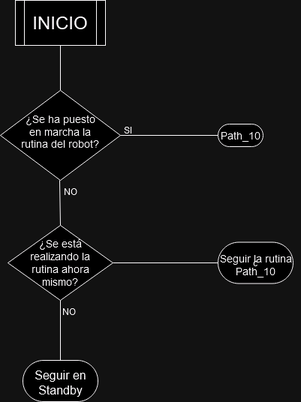
Earlier version of the draw.io export Diagrama de Flujo Robot Lab1.png (JoseAlejandroRosero/Robotica_lab1). Source tidied: cells renumbered, new cells last; positions are measured from the earlier drawing's top-left corner, leaving out a move shared by most shapes. Its diagram source:
```xml
<mxGraphModel>
  <root>
    <mxCell id="0" />
    <mxCell id="1" parent="0" />
    <mxCell id="2" style="shape=process;whiteSpace=wrap;html=1;backgroundOutline=1;" parent="1" vertex="1">
      <mxGeometry x="20" width="120" height="60" as="geometry" />
    </mxCell>
    <mxCell id="3" value="&lt;font style=&quot;font-size: 24px;&quot;&gt;INICIO&lt;/font&gt;" style="text;html=1;align=center;verticalAlign=middle;whiteSpace=wrap;rounded=0;" parent="1" vertex="1">
      <mxGeometry x="50" y="12.5" width="60" height="35" as="geometry" />
    </mxCell>
    <mxCell id="4" style="endArrow=none;html=1;rounded=0;entryX=0.5;entryY=1;entryDx=0;entryDy=0;exitX=0.5;exitY=0;exitDx=0;exitDy=0;" parent="1" edge="1" source="5" target="2">
      <mxGeometry relative="1" as="geometry" />
    </mxCell>
    <mxCell id="5" style="rhombus;whiteSpace=wrap;html=1;" parent="1" vertex="1">
      <mxGeometry y="120" width="160" height="120" as="geometry" />
    </mxCell>
    <mxCell id="6" value="&lt;font style=&quot;font-size: 14px;&quot;&gt;¿Se ha puesto en marcha la rutina del robot?&lt;/font&gt;" style="text;html=1;align=center;verticalAlign=middle;whiteSpace=wrap;rounded=0;" parent="1" vertex="1">
      <mxGeometry x="25" y="157.5" width="110" height="35" as="geometry" />
    </mxCell>
    <mxCell id="7" style="endArrow=none;html=1;rounded=0;exitX=1;exitY=0.5;exitDx=0;exitDy=0;entryX=0;entryY=0.5;entryDx=0;entryDy=0;" parent="1" edge="1" source="5" target="9">
      <mxGeometry relative="1" as="geometry" />
    </mxCell>
    <mxCell id="8" value="&lt;div&gt;SI&lt;/div&gt;" style="text;html=1;align=center;verticalAlign=middle;whiteSpace=wrap;rounded=0;" parent="1" vertex="1">
      <mxGeometry x="140" y="157.5" width="60" height="30" as="geometry" />
    </mxCell>
    <mxCell id="9" style="rounded=1;whiteSpace=wrap;html=1;arcSize=50;" parent="1" vertex="1">
      <mxGeometry x="290" y="165" width="60" height="30" as="geometry" />
    </mxCell>
    <mxCell id="10" value="&lt;font style=&quot;font-size: 14px;&quot;&gt;Path_10&lt;/font&gt;" style="text;html=1;align=center;verticalAlign=middle;strokeColor=none;fillColor=none;" parent="1" vertex="1">
      <mxGeometry x="280" y="165" width="80" height="30" as="geometry" />
    </mxCell>
    <mxCell id="11" value="&lt;div&gt;NO&lt;/div&gt;" style="text;html=1;align=center;verticalAlign=middle;whiteSpace=wrap;rounded=0;" parent="1" vertex="1">
      <mxGeometry x="64" y="240" width="60" height="30" as="geometry" />
    </mxCell>
    <mxCell id="12" style="endArrow=none;html=1;rounded=0;entryX=0.25;entryY=0;entryDx=0;entryDy=0;exitX=0.5;exitY=0;exitDx=0;exitDy=0;" parent="1" edge="1" source="13" target="11">
      <mxGeometry relative="1" as="geometry" />
    </mxCell>
    <mxCell id="13" style="rhombus;whiteSpace=wrap;html=1;" parent="1" vertex="1">
      <mxGeometry x="10" y="300" width="140" height="100" as="geometry" />
    </mxCell>
    <mxCell id="14" value="&lt;div align=&quot;center&quot;&gt;&lt;font style=&quot;font-size: 14px;&quot;&gt;¿Se está realizando la rutina ahora mismo?&lt;/font&gt;&lt;/div&gt;" style="text;whiteSpace=wrap;html=1;align=center;" parent="1" vertex="1">
      <mxGeometry x="20" y="310" width="120" height="40" as="geometry" />
    </mxCell>
    <mxCell id="15" value="&lt;div&gt;NO&lt;/div&gt;" style="text;html=1;align=center;verticalAlign=middle;whiteSpace=wrap;rounded=0;" parent="1" vertex="1">
      <mxGeometry x="64" y="400" width="56" height="30" as="geometry" />
    </mxCell>
    <mxCell id="16" style="endArrow=none;html=1;rounded=0;entryX=0.5;entryY=1;entryDx=0;entryDy=0;exitX=0.5;exitY=0;exitDx=0;exitDy=0;" parent="1" edge="1" source="20" target="13">
      <mxGeometry relative="1" as="geometry" />
    </mxCell>
    <mxCell id="17" style="endArrow=none;html=1;rounded=0;exitX=1;exitY=0.5;exitDx=0;exitDy=0;entryX=0;entryY=0.5;entryDx=0;entryDy=0;" parent="1" edge="1" source="13" target="18">
      <mxGeometry relative="1" as="geometry" />
    </mxCell>
    <mxCell id="18" value="c" style="rounded=1;whiteSpace=wrap;html=1;arcSize=50;" parent="1" vertex="1">
      <mxGeometry x="290" y="322.5" width="100" height="55" as="geometry" />
    </mxCell>
    <mxCell id="19" value="&lt;font style=&quot;font-size: 14px;&quot;&gt;Seguir la rutina&lt;br&gt; Path_10&lt;/font&gt;" style="text;html=1;align=center;verticalAlign=middle;strokeColor=none;fillColor=none;" parent="1" vertex="1">
      <mxGeometry x="280" y="327.5" width="120" height="50" as="geometry" />
    </mxCell>
    <mxCell id="20" style="rounded=1;whiteSpace=wrap;html=1;arcSize=50;" parent="1" vertex="1">
      <mxGeometry x="30" y="480" width="100" height="55" as="geometry" />
    </mxCell>
    <mxCell id="21" value="&lt;font size=&quot;3&quot;&gt;Seguir en&lt;br&gt;Standby&lt;/font&gt;" style="text;html=1;align=center;verticalAlign=middle;strokeColor=none;fillColor=none;" parent="1" vertex="1">
      <mxGeometry x="35" y="485" width="90" height="50" as="geometry" />
    </mxCell>
  </root>
</mxGraphModel>
```
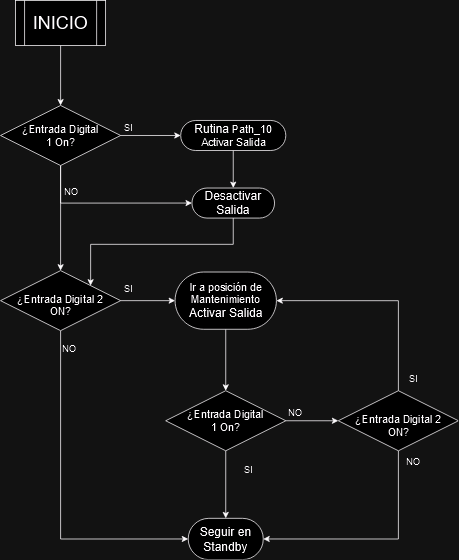
After the change.

The edit, as a diff of the source:
```diff
@@ -2,65 +2,116 @@
   <root>
     <mxCell id="0" />
     <mxCell id="1" parent="0" />
+    <mxCell id="22" style="edgeStyle=orthogonalEdgeStyle;rounded=0;jettySize=auto;html=1;exitX=0.5;exitY=1;exitDx=0;exitDy=0;entryX=0.5;entryY=0;entryDx=0;entryDy=0;" parent="1" edge="1" source="2" target="5">
+      <mxGeometry relative="1" as="geometry" />
+    </mxCell>
     <mxCell id="2" style="shape=process;whiteSpace=wrap;html=1;backgroundOutline=1;" parent="1" vertex="1">
       <mxGeometry x="20" width="120" height="60" as="geometry" />
     </mxCell>
     <mxCell id="3" value="&lt;font style=&quot;font-size: 24px;&quot;&gt;INICIO&lt;/font&gt;" style="text;html=1;align=center;verticalAlign=middle;whiteSpace=wrap;rounded=0;" parent="1" vertex="1">
       <mxGeometry x="50" y="12.5" width="60" height="35" as="geometry" />
     </mxCell>
-    <mxCell id="4" style="endArrow=none;html=1;rounded=0;entryX=0.5;entryY=1;entryDx=0;entryDy=0;exitX=0.5;exitY=0;exitDx=0;exitDy=0;" parent="1" edge="1" source="5" target="2">
-      <mxGeometry relative="1" as="geometry" />
-    </mxCell>
+    <mxCell id="23" style="edgeStyle=orthogonalEdgeStyle;rounded=0;jettySize=auto;html=1;exitX=0.5;exitY=1;exitDx=0;exitDy=0;entryX=0.5;entryY=0;entryDx=0;entryDy=0;" parent="1" edge="1" source="5" target="13">
+      <mxGeometry relative="1" as="geometry" />
+    </mxCell>
+    <mxCell id="24" style="edgeStyle=orthogonalEdgeStyle;rounded=0;jettySize=auto;html=1;exitX=0.5;exitY=1;exitDx=0;exitDy=0;entryX=0;entryY=0.5;entryDx=0;entryDy=0;" parent="1" edge="1" source="5" target="34">
+      <mxGeometry relative="1" as="geometry" />
+    </mxCell>
+    <mxCell id="7" style="edgeStyle=orthogonalEdgeStyle;rounded=0;jettySize=auto;html=1;exitX=1;exitY=0.5;exitDx=0;exitDy=0;entryX=0;entryY=0.5;entryDx=0;entryDy=0;" parent="1" edge="1" source="5" target="9">
+      <mxGeometry relative="1" as="geometry" />
+    </mxCell>
     <mxCell id="5" style="rhombus;whiteSpace=wrap;html=1;" parent="1" vertex="1">
-      <mxGeometry y="120" width="160" height="120" as="geometry" />
+      <mxGeometry y="140" width="160" height="80" as="geometry" />
     </mxCell>
-    <mxCell id="6" value="&lt;font style=&quot;font-size: 14px;&quot;&gt;¿Se ha puesto en marcha la rutina del robot?&lt;/font&gt;" style="text;html=1;align=center;verticalAlign=middle;whiteSpace=wrap;rounded=0;" parent="1" vertex="1">
-      <mxGeometry x="25" y="157.5" width="110" height="35" as="geometry" />
+    <mxCell id="6" value="&lt;font style=&quot;font-size: 14px;&quot;&gt;¿Entrada Digital 1 On?&lt;/font&gt;" style="text;html=1;align=center;verticalAlign=middle;whiteSpace=wrap;rounded=0;" parent="1" vertex="1">
+      <mxGeometry x="25" y="162.5" width="110" height="35" as="geometry" />
     </mxCell>
-    <mxCell id="7" style="endArrow=none;html=1;rounded=0;exitX=1;exitY=0.5;exitDx=0;exitDy=0;entryX=0;entryY=0.5;entryDx=0;entryDy=0;" parent="1" edge="1" source="5" target="9">
-      <mxGeometry relative="1" as="geometry" />
-    </mxCell>
     <mxCell id="8" value="&lt;div&gt;SI&lt;/div&gt;" style="text;html=1;align=center;verticalAlign=middle;whiteSpace=wrap;rounded=0;" parent="1" vertex="1">
-      <mxGeometry x="140" y="157.5" width="60" height="30" as="geometry" />
+      <mxGeometry x="140" y="155" width="60" height="30" as="geometry" />
     </mxCell>
+    <mxCell id="25" style="edgeStyle=orthogonalEdgeStyle;rounded=0;jettySize=auto;html=1;exitX=0.5;exitY=1;exitDx=0;exitDy=0;entryX=0.5;entryY=0;entryDx=0;entryDy=0;" parent="1" edge="1" source="9" target="34">
+      <mxGeometry relative="1" as="geometry" />
+    </mxCell>
     <mxCell id="9" style="rounded=1;whiteSpace=wrap;html=1;arcSize=50;" parent="1" vertex="1">
-      <mxGeometry x="290" y="165" width="60" height="30" as="geometry" />
+      <mxGeometry x="240" y="160" width="140" height="40" as="geometry" />
     </mxCell>
-    <mxCell id="10" value="&lt;font style=&quot;font-size: 14px;&quot;&gt;Path_10&lt;/font&gt;" style="text;html=1;align=center;verticalAlign=middle;strokeColor=none;fillColor=none;" parent="1" vertex="1">
-      <mxGeometry x="280" y="165" width="80" height="30" as="geometry" />
+    <mxCell id="10" value="&lt;font size=&quot;3&quot;&gt;Rutina &lt;/font&gt;&lt;font style=&quot;font-size: 14px;&quot;&gt;Path_10&lt;br&gt;Activar Salida&lt;br&gt;&lt;/font&gt;" style="text;html=1;align=center;verticalAlign=middle;strokeColor=none;fillColor=none;" parent="1" vertex="1">
+      <mxGeometry x="245" y="155" width="130" height="50" as="geometry" />
     </mxCell>
     <mxCell id="11" value="&lt;div&gt;NO&lt;/div&gt;" style="text;html=1;align=center;verticalAlign=middle;whiteSpace=wrap;rounded=0;" parent="1" vertex="1">
       <mxGeometry x="64" y="240" width="60" height="30" as="geometry" />
     </mxCell>
-    <mxCell id="12" style="endArrow=none;html=1;rounded=0;entryX=0.25;entryY=0;entryDx=0;entryDy=0;exitX=0.5;exitY=0;exitDx=0;exitDy=0;" parent="1" edge="1" source="13" target="11">
-      <mxGeometry relative="1" as="geometry" />
-    </mxCell>
+    <mxCell id="26" style="edgeStyle=orthogonalEdgeStyle;rounded=0;jettySize=auto;html=1;exitX=0.5;exitY=1;exitDx=0;exitDy=0;entryX=0;entryY=0.5;entryDx=0;entryDy=0;" parent="1" edge="1" source="13" target="20">
+      <mxGeometry relative="1" as="geometry" />
+    </mxCell>
+    <mxCell id="17" style="edgeStyle=orthogonalEdgeStyle;rounded=0;jettySize=auto;html=1;exitX=1;exitY=0.5;exitDx=0;exitDy=0;entryX=0;entryY=0.5;entryDx=0;entryDy=0;" parent="1" edge="1" source="13" target="18">
+      <mxGeometry relative="1" as="geometry" />
+    </mxCell>
     <mxCell id="13" style="rhombus;whiteSpace=wrap;html=1;" parent="1" vertex="1">
-      <mxGeometry x="10" y="300" width="140" height="100" as="geometry" />
+      <mxGeometry y="360" width="160" height="80" as="geometry" />
     </mxCell>
-    <mxCell id="14" value="&lt;div align=&quot;center&quot;&gt;&lt;font style=&quot;font-size: 14px;&quot;&gt;¿Se está realizando la rutina ahora mismo?&lt;/font&gt;&lt;/div&gt;" style="text;whiteSpace=wrap;html=1;align=center;" parent="1" vertex="1">
-      <mxGeometry x="20" y="310" width="120" height="40" as="geometry" />
+    <mxCell id="14" value="&lt;div align=&quot;center&quot;&gt;&lt;font style=&quot;font-size: 14px;&quot;&gt;¿Entrada Digital 2 ON?&lt;/font&gt;&lt;/div&gt;" style="text;whiteSpace=wrap;html=1;align=center;" parent="1" vertex="1">
+      <mxGeometry x="20" y="382.5" width="120" height="40" as="geometry" />
     </mxCell>
     <mxCell id="15" value="&lt;div&gt;NO&lt;/div&gt;" style="text;html=1;align=center;verticalAlign=middle;whiteSpace=wrap;rounded=0;" parent="1" vertex="1">
-      <mxGeometry x="64" y="400" width="56" height="30" as="geometry" />
+      <mxGeometry x="64" y="450" width="56" height="30" as="geometry" />
     </mxCell>
-    <mxCell id="16" style="endArrow=none;html=1;rounded=0;entryX=0.5;entryY=1;entryDx=0;entryDy=0;exitX=0.5;exitY=0;exitDx=0;exitDy=0;" parent="1" edge="1" source="20" target="13">
-      <mxGeometry relative="1" as="geometry" />
-    </mxCell>
-    <mxCell id="17" style="endArrow=none;html=1;rounded=0;exitX=1;exitY=0.5;exitDx=0;exitDy=0;entryX=0;entryY=0.5;entryDx=0;entryDy=0;" parent="1" edge="1" source="13" target="18">
-      <mxGeometry relative="1" as="geometry" />
-    </mxCell>
+    <mxCell id="27" style="edgeStyle=orthogonalEdgeStyle;rounded=0;jettySize=auto;html=1;exitX=0.5;exitY=1;exitDx=0;exitDy=0;entryX=0.5;entryY=0;entryDx=0;entryDy=0;" parent="1" edge="1" source="18" target="31">
+      <mxGeometry relative="1" as="geometry" />
+    </mxCell>
-    <mxCell id="18" value="c" style="rounded=1;whiteSpace=wrap;html=1;arcSize=50;" parent="1" vertex="1">
-      <mxGeometry x="290" y="322.5" width="100" height="55" as="geometry" />
+    <mxCell id="18" style="rounded=1;whiteSpace=wrap;html=1;arcSize=50;" parent="1" vertex="1">
+      <mxGeometry x="232.5" y="361.9" width="135" height="76.2" as="geometry" />
     </mxCell>
-    <mxCell id="19" value="&lt;font style=&quot;font-size: 14px;&quot;&gt;Seguir la rutina&lt;br&gt; Path_10&lt;/font&gt;" style="text;html=1;align=center;verticalAlign=middle;strokeColor=none;fillColor=none;" parent="1" vertex="1">
-      <mxGeometry x="280" y="327.5" width="120" height="50" as="geometry" />
+    <mxCell id="19" value="&lt;font style=&quot;font-size: 14px;&quot;&gt;Ir a posición de&lt;br&gt;Mantenimiento&lt;br&gt;&lt;/font&gt;&lt;font size=&quot;3&quot;&gt;Activar Salida&lt;/font&gt;" style="text;html=1;align=center;verticalAlign=middle;strokeColor=none;fillColor=none;" parent="1" vertex="1">
+      <mxGeometry x="240" y="365" width="120" height="70" as="geometry" />
     </mxCell>
-    <mxCell id="20" style="rounded=1;whiteSpace=wrap;html=1;arcSize=50;" parent="1" vertex="1">
-      <mxGeometry x="30" y="480" width="100" height="55" as="geometry" />
+    <mxCell id="20" value="&lt;font size=&quot;3&quot;&gt;Seguir en&lt;br&gt;Standby&lt;/font&gt;" style="rounded=1;whiteSpace=wrap;html=1;arcSize=50;" parent="1" vertex="1">
+      <mxGeometry x="250" y="690" width="100" height="55" as="geometry" />
     </mxCell>
-    <mxCell id="21" value="&lt;font size=&quot;3&quot;&gt;Seguir en&lt;br&gt;Standby&lt;/font&gt;" style="text;html=1;align=center;verticalAlign=middle;strokeColor=none;fillColor=none;" parent="1" vertex="1">
-      <mxGeometry x="35" y="485" width="90" height="50" as="geometry" />
-    </mxCell>
+    <mxCell id="28" value="&lt;div&gt;SI&lt;/div&gt;" style="text;html=1;align=center;verticalAlign=middle;whiteSpace=wrap;rounded=0;" parent="1" vertex="1">
+      <mxGeometry x="140" y="370" width="60" height="30" as="geometry" />
+    </mxCell>
+    <mxCell id="29" style="edgeStyle=orthogonalEdgeStyle;rounded=0;jettySize=auto;html=1;exitX=0.5;exitY=1;exitDx=0;exitDy=0;entryX=0.5;entryY=0;entryDx=0;entryDy=0;" parent="1" edge="1" source="31" target="20">
+      <mxGeometry relative="1" as="geometry" />
+    </mxCell>
+    <mxCell id="30" style="edgeStyle=orthogonalEdgeStyle;rounded=0;jettySize=auto;html=1;exitX=1;exitY=0.5;exitDx=0;exitDy=0;entryX=0;entryY=0.5;entryDx=0;entryDy=0;" parent="1" edge="1" source="31" target="37">
+      <mxGeometry relative="1" as="geometry" />
+    </mxCell>
+    <mxCell id="31" style="rhombus;whiteSpace=wrap;html=1;" parent="1" vertex="1">
+      <mxGeometry x="220" y="520" width="160" height="80" as="geometry" />
+    </mxCell>
+    <mxCell id="32" value="&lt;font style=&quot;font-size: 14px;&quot;&gt;¿Entrada Digital 1 On?&lt;/font&gt;" style="text;html=1;align=center;verticalAlign=middle;whiteSpace=wrap;rounded=0;" parent="1" vertex="1">
+      <mxGeometry x="245" y="542.5" width="110" height="35" as="geometry" />
+    </mxCell>
+    <mxCell id="33" style="edgeStyle=orthogonalEdgeStyle;rounded=0;jettySize=auto;html=1;exitX=0.5;exitY=1;exitDx=0;exitDy=0;entryX=1;entryY=0;entryDx=0;entryDy=0;" parent="1" edge="1" source="34" target="13">
+      <mxGeometry relative="1" as="geometry" />
+    </mxCell>
+    <mxCell id="34" value="&lt;font size=&quot;3&quot;&gt;Desactivar Salida&lt;br&gt;&lt;/font&gt;" style="rounded=1;whiteSpace=wrap;html=1;arcSize=50;" parent="1" vertex="1">
+      <mxGeometry x="255" y="250" width="110" height="40" as="geometry" />
+    </mxCell>
+    <mxCell id="35" style="edgeStyle=orthogonalEdgeStyle;rounded=0;jettySize=auto;html=1;exitX=0.5;exitY=1;exitDx=0;exitDy=0;entryX=1;entryY=0.5;entryDx=0;entryDy=0;" parent="1" edge="1" source="37" target="20">
+      <mxGeometry relative="1" as="geometry" />
+    </mxCell>
+    <mxCell id="36" style="edgeStyle=orthogonalEdgeStyle;rounded=0;jettySize=auto;html=1;exitX=0.5;exitY=0;exitDx=0;exitDy=0;entryX=1;entryY=0.5;entryDx=0;entryDy=0;" parent="1" edge="1" source="37" target="18">
+      <mxGeometry relative="1" as="geometry" />
+    </mxCell>
+    <mxCell id="37" style="rhombus;whiteSpace=wrap;html=1;" parent="1" vertex="1">
+      <mxGeometry x="450" y="520" width="160" height="80" as="geometry" />
+    </mxCell>
+    <mxCell id="38" value="&lt;div align=&quot;center&quot;&gt;&lt;font style=&quot;font-size: 14px;&quot;&gt;¿Entrada Digital 2 ON?&lt;/font&gt;&lt;/div&gt;" style="text;whiteSpace=wrap;html=1;align=center;" parent="1" vertex="1">
+      <mxGeometry x="470" y="542.5" width="120" height="40" as="geometry" />
+    </mxCell>
+    <mxCell id="39" value="&lt;div&gt;SI&lt;/div&gt;" style="text;html=1;align=center;verticalAlign=middle;whiteSpace=wrap;rounded=0;" parent="1" vertex="1">
+      <mxGeometry x="300" y="610" width="60" height="30" as="geometry" />
+    </mxCell>
+    <mxCell id="40" value="&lt;div&gt;SI&lt;/div&gt;" style="text;html=1;align=center;verticalAlign=middle;whiteSpace=wrap;rounded=0;" parent="1" vertex="1">
+      <mxGeometry x="520" y="490" width="60" height="30" as="geometry" />
+    </mxCell>
+    <mxCell id="41" value="&lt;div&gt;NO&lt;/div&gt;" style="text;html=1;align=center;verticalAlign=middle;whiteSpace=wrap;rounded=0;" parent="1" vertex="1">
+      <mxGeometry x="365" y="535" width="56" height="30" as="geometry" />
+    </mxCell>
+    <mxCell id="42" value="&lt;div&gt;NO&lt;/div&gt;" style="text;html=1;align=center;verticalAlign=middle;whiteSpace=wrap;rounded=0;" parent="1" vertex="1">
+      <mxGeometry x="522" y="600" width="56" height="30" as="geometry" />
+    </mxCell>
   </root>
 </mxGraphModel>
```
